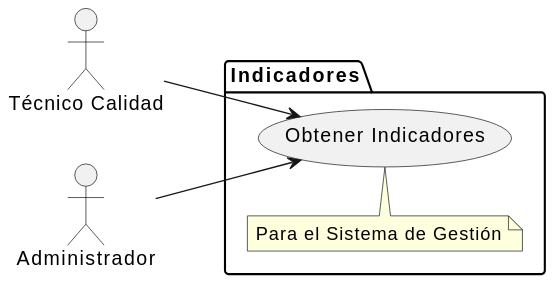
Before: images/modelosUML/CdU/Individuales/ObtenerIndicadores.svg, a diagram exported from PlantUML (mmasias/24-25-IdSw1-SDR).
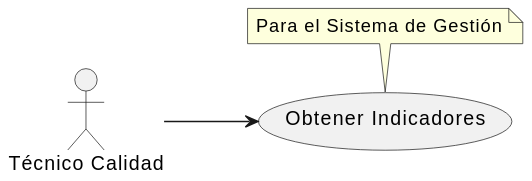
Above is the later version.

Change to the diagram source:
```diff
@@ -2,15 +2,11 @@
 left to right direction
 
 actor "Técnico Calidad" as tec
-actor "Administrador" as admin
 
-package "Indicadores" as indicadores {
-    usecase "Obtener Indicadores" as obtenerIndicadores
-    note top of obtenerIndicadores
-        Para el Sistema de Gestión
-    end note
-}
+usecase "Obtener Indicadores" as obtenerIndicadores
+note top of obtenerIndicadores
+    Para el Sistema de Gestión
+end note
 
 tec --> obtenerIndicadores
-admin --> obtenerIndicadores
 @enduml
```
